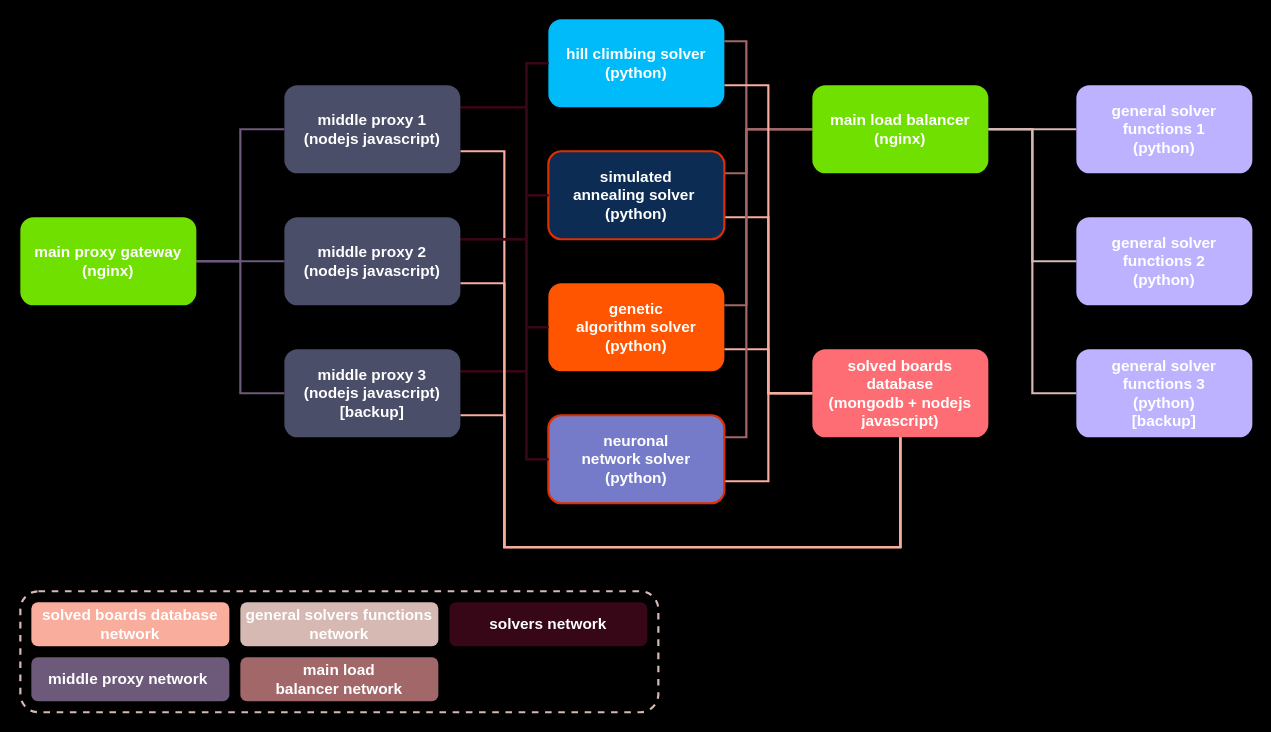
joseesco24/sudoku_solver keeps this draw.io diagram as images/sudoku_solver.drawio. Above is the earlier version. Source tidied: cells renumbered, new cells numbered last; positions are measured from the earlier drawing's top-left corner, leaving out a move shared by most shapes. Both pictures are drawn from the tidied source at 110%, with x=0, y=0 at pixel (20, 19).
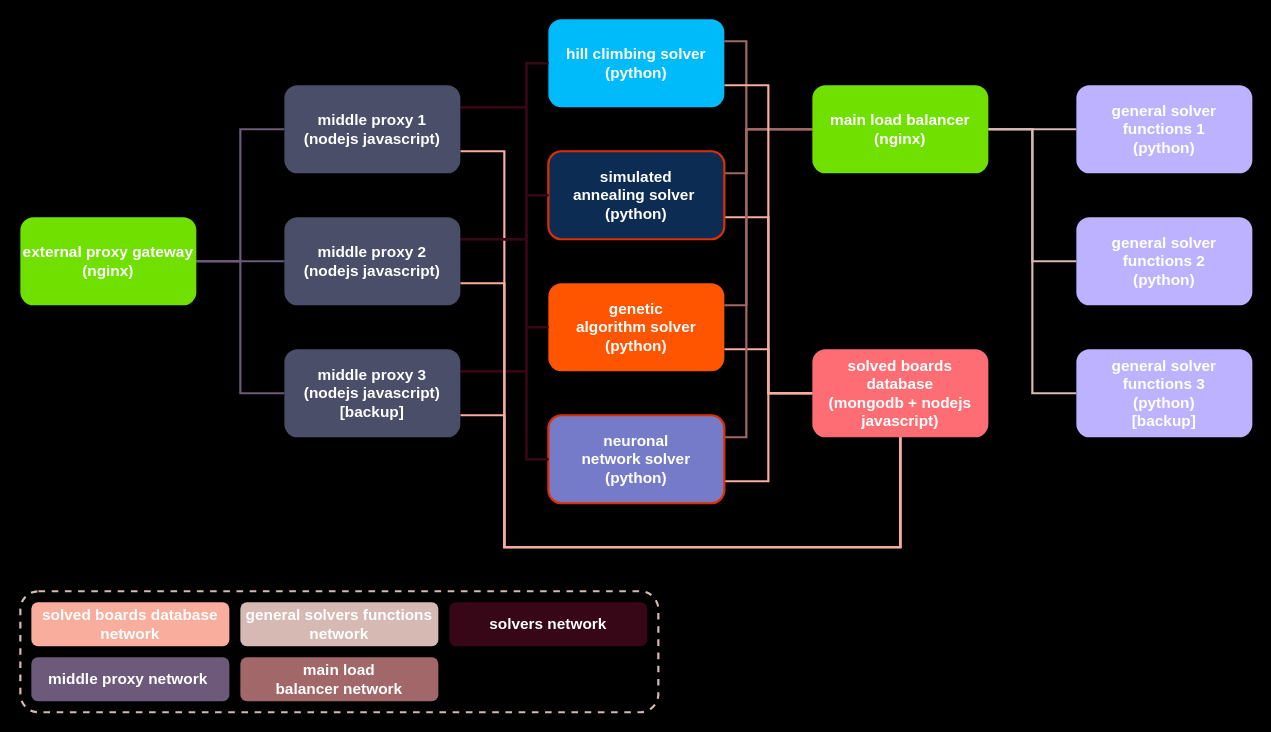
The same page after the edit.

Commit message (it also covers changes not shown here):
renombramiento del proxy exteron

Change to the diagram source:
```diff
@@
-    <mxCell id="6" value="&lt;b&gt;&lt;font color=&quot;#ffffff&quot; style=&quot;font-size: 14px&quot;&gt;main proxy gateway&lt;br&gt;(nginx)&lt;br&gt;&lt;/font&gt;&lt;/b&gt;" style="rounded=1;whiteSpace=wrap;html=1;strokeWidth=2;fillColor=#70e000;strokeColor=none;" parent="1" vertex="1">
+    <mxCell id="6" value="&lt;font color=&quot;#ffffff&quot;&gt;&lt;span style=&quot;font-size: 14px&quot;&gt;&lt;b&gt;external proxy gateway (nginx)&lt;/b&gt;&lt;/span&gt;&lt;br&gt;&lt;/font&gt;" style="rounded=1;whiteSpace=wrap;html=1;strokeWidth=2;fillColor=#70e000;strokeColor=none;" parent="1" vertex="1">
       <mxGeometry y="180" width="160" height="80" as="geometry" />
     </mxCell>
```
